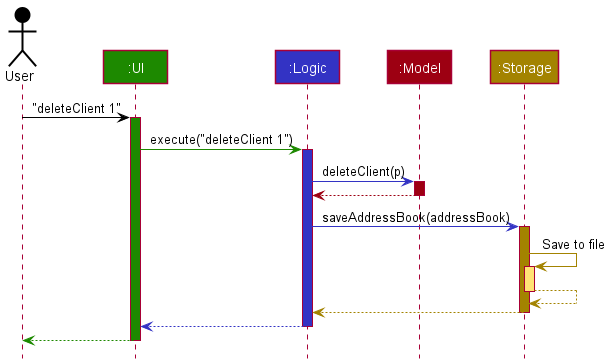
The PlantUML diagram docs/images/ArchitectureSequenceDiagram.png in robinrojh/tp, before a commit.
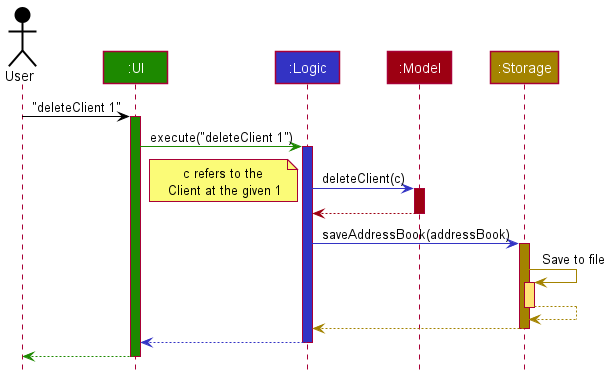
Above is the later version.

What changed in the source:
```diff
@@ -13,9 +13,10 @@
 ui -[UI_COLOR]> logic : execute("deleteClient 1")
 activate logic LOGIC_COLOR
 
-logic -[LOGIC_COLOR]> model : deleteClient(p)
+
+logic -[LOGIC_COLOR]> model : deleteClient(c)
 activate model MODEL_COLOR
-
+note left: c refers to the\n Client at the given 1
 model -[MODEL_COLOR]-> logic
 deactivate model
 
```
